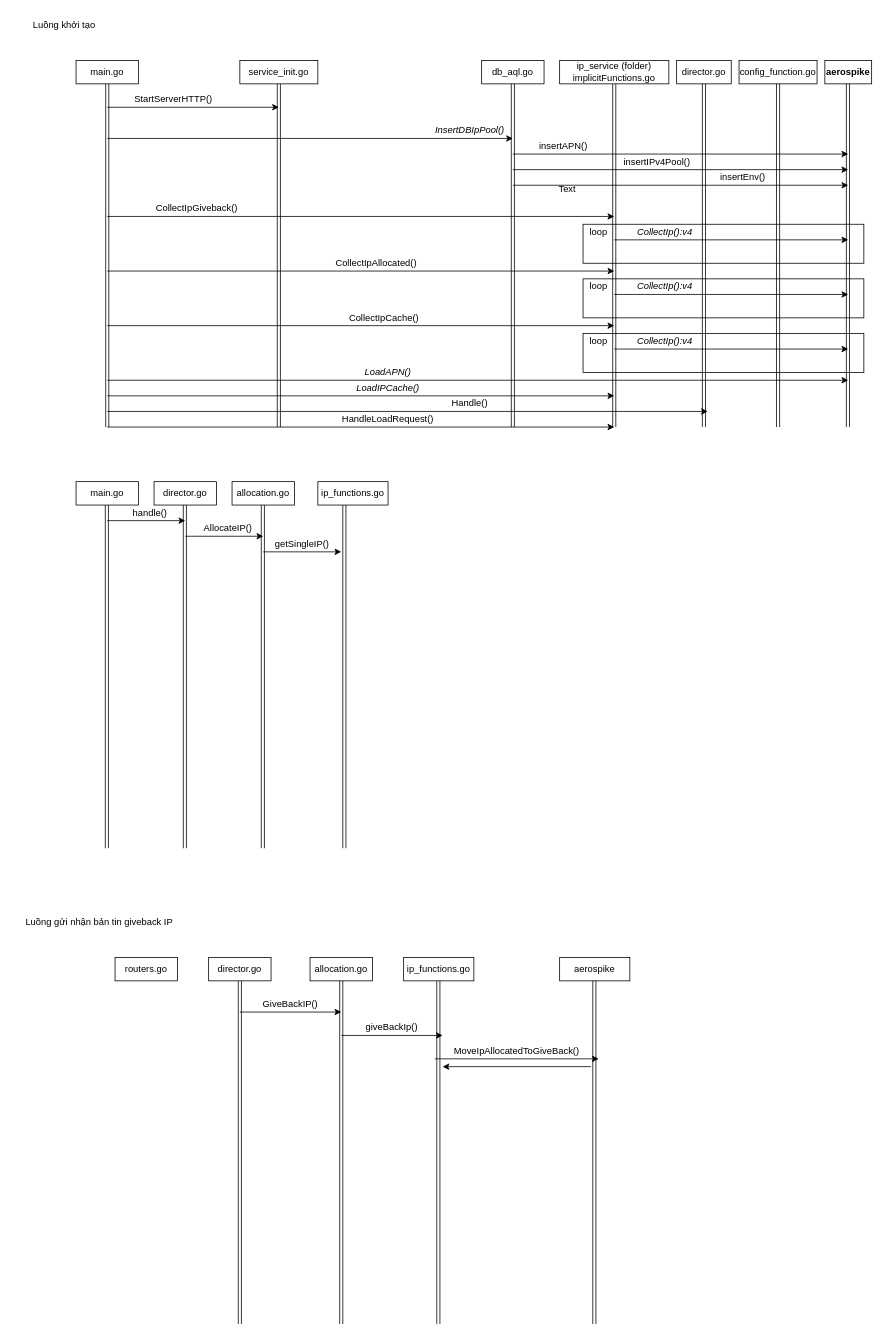
The draw.io diagram Biểu đồ không có tiêu đề.drawio in trinhmn49/Thuc_hanh_PTUDDD, before the edit. Source tidied: cells renumbered, new cells numbered last; positions are measured from the earlier drawing's top-left corner, leaving out a move shared by most shapes. Both pictures are drawn from the tidied source at 78%, with x=0, y=0 at pixel (21, 13).
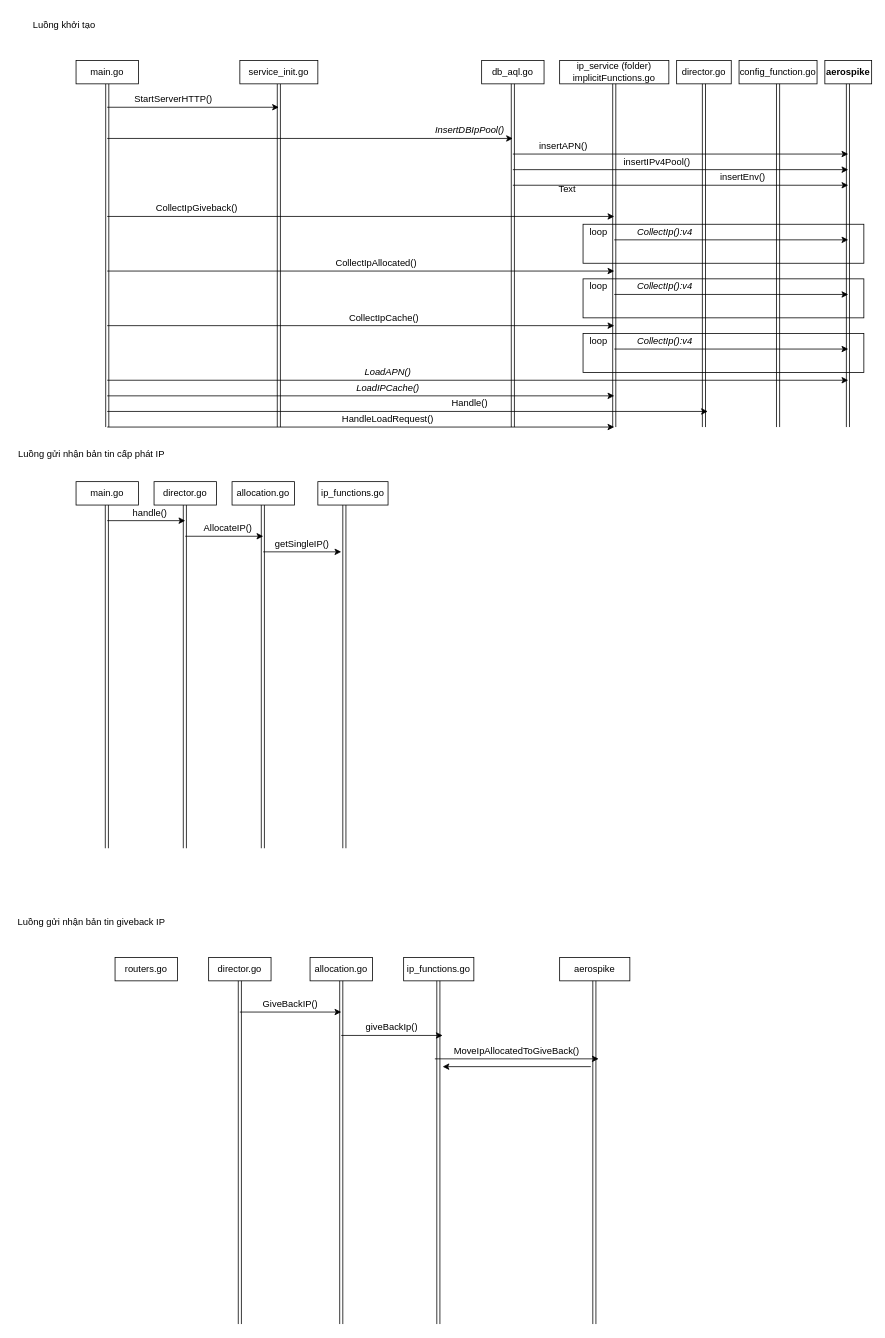
The same page after the edit.

Commit message:
Cập nhật Biểu đồ không có tiêu đề.drawio

What changed in the source:
```diff
@@
     <mxCell id="68" value="Luồng gửi nhận bản tin giveback IP" style="text;html=1;strokeColor=none;fillColor=none;align=center;verticalAlign=middle;whiteSpace=wrap;rounded=0;" parent="1" vertex="1">
-      <mxGeometry y="1150" width="200" height="30" as="geometry" />
+      <mxGeometry x="-10" y="1150" width="200" height="30" as="geometry" />
     </mxCell>
@@
+    <mxCell id="85" value="Luồng gửi nhận bản tin cấp phát IP" style="text;html=1;strokeColor=none;fillColor=none;align=center;verticalAlign=middle;whiteSpace=wrap;rounded=0;" parent="1" vertex="1">
+      <mxGeometry x="-10" y="550" width="200" height="30" as="geometry" />
+    </mxCell>
```
